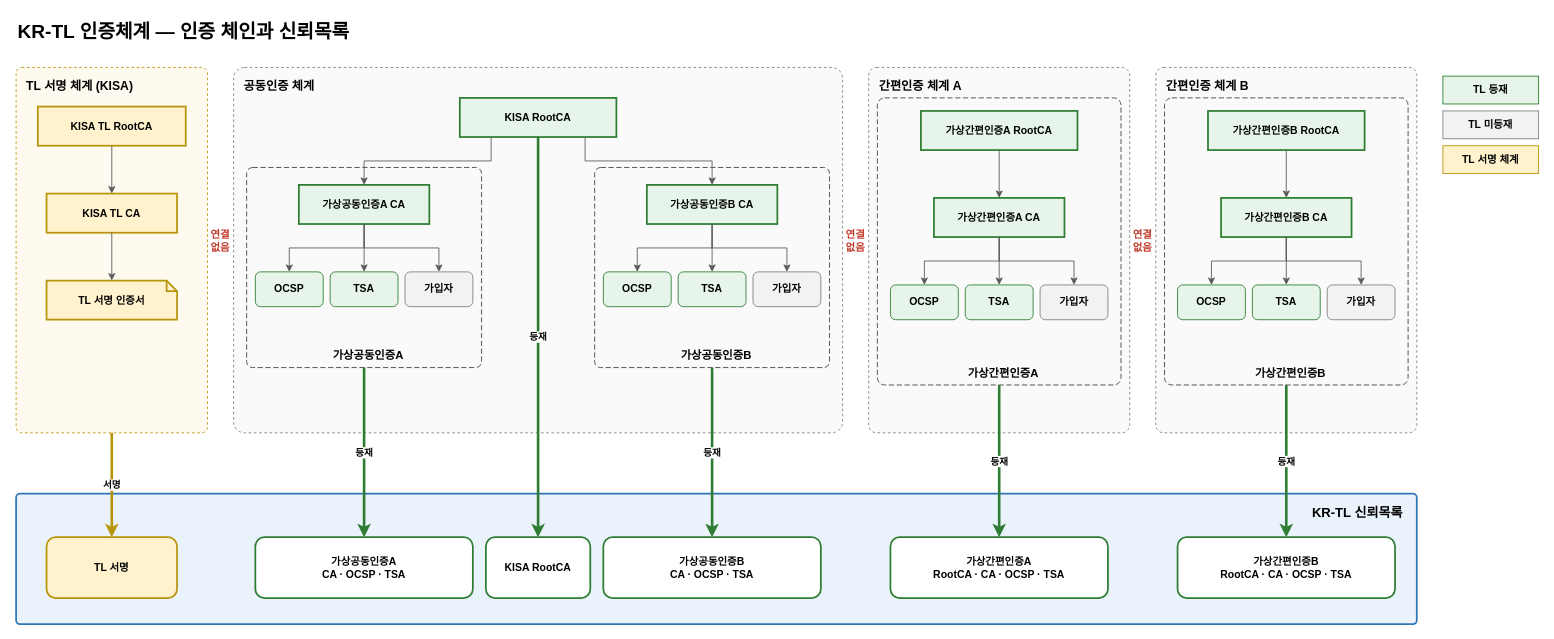
This is docs/design/KR-TL-관리시스템/diagrams/krtl-pki.drawio from yongsungkim-electcerti/kr-dss, a draw.io file, before an edit. Source tidied: cells renumbered, new cells numbered last; positions are measured from the earlier drawing's top-left corner, leaving out a move shared by most shapes. Both pictures are drawn from the tidied source at 87%, with x=0, y=0 at pixel (16, 15).
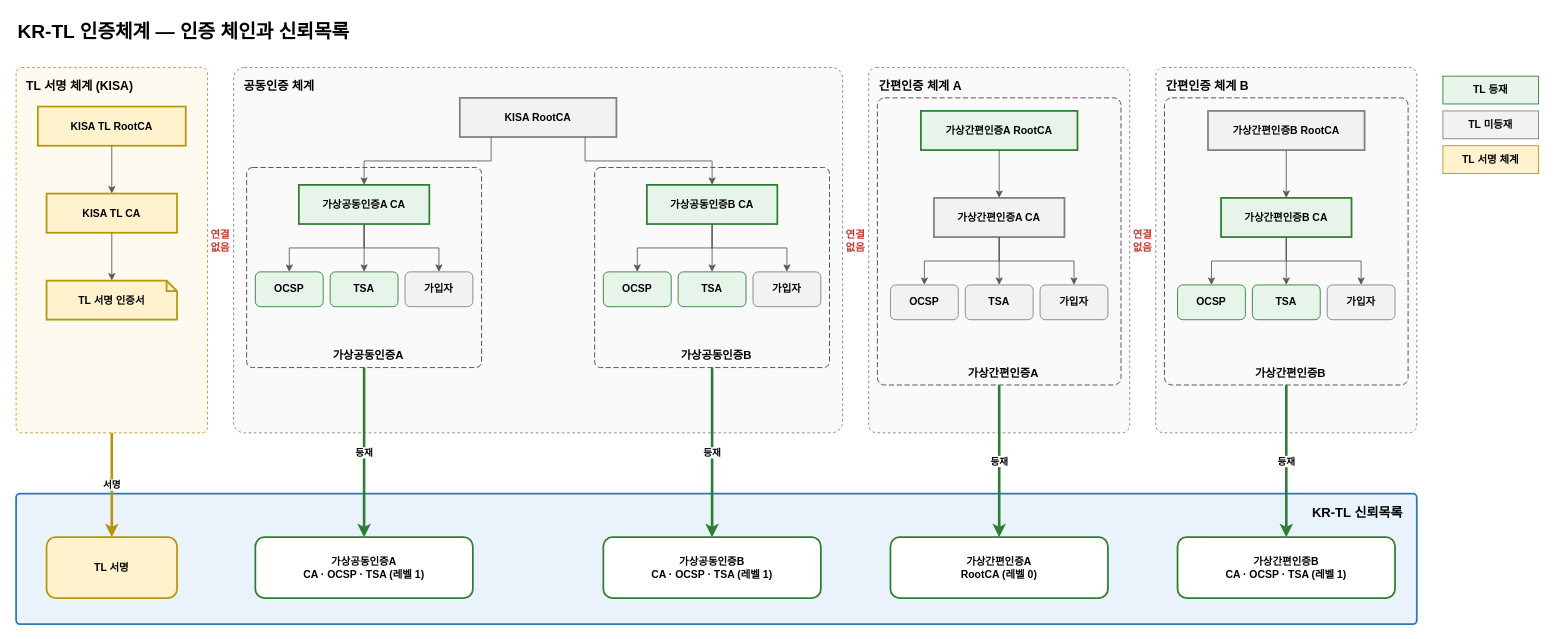
Above is the later version.

The edit, as a diff of the source:
```diff
@@
-    <mxCell id="10" value="KISA RootCA" style="rounded=0;whiteSpace=wrap;html=1;fillColor=#e6f4ea;strokeColor=#2e7d32;strokeWidth=2;fontStyle=1;fontSize=12;" parent="1" vertex="1">
+    <mxCell id="10" value="KISA RootCA" style="rounded=0;whiteSpace=wrap;html=1;fillColor=#f2f2f2;strokeColor=#7f7f7f;strokeWidth=2;fontStyle=1;fontSize=12;" parent="1" vertex="1">
       <mxGeometry x="510" y="95" width="180" height="45" as="geometry" />
     </mxCell>
@@
-    <mxCell id="32" value="가상간편인증A CA" style="rounded=0;whiteSpace=wrap;html=1;fillColor=#e6f4ea;strokeColor=#2e7d32;strokeWidth=2;fontStyle=1;fontSize=12;" parent="1" vertex="1">
+    <mxCell id="32" value="가상간편인증A CA" style="rounded=0;whiteSpace=wrap;html=1;fillColor=#f2f2f2;strokeColor=#7f7f7f;strokeWidth=2;fontStyle=1;fontSize=12;" parent="1" vertex="1">
       <mxGeometry x="1055" y="210" width="150" height="45" as="geometry" />
     </mxCell>
@@
-    <mxCell id="34" value="OCSP" style="rounded=1;whiteSpace=wrap;html=1;fillColor=#e6f4ea;strokeColor=#2e7d32;strokeWidth=1;fontStyle=1;fontSize=12;" parent="1" vertex="1">
+    <mxCell id="34" value="OCSP" style="rounded=1;whiteSpace=wrap;html=1;fillColor=#f2f2f2;strokeColor=#7f7f7f;strokeWidth=1;fontStyle=1;fontSize=12;" parent="1" vertex="1">
       <mxGeometry x="1005" y="310" width="78" height="40" as="geometry" />
     </mxCell>
@@
-    <mxCell id="36" value="TSA" style="rounded=1;whiteSpace=wrap;html=1;fillColor=#e6f4ea;strokeColor=#2e7d32;strokeWidth=1;fontStyle=1;fontSize=12;" parent="1" vertex="1">
+    <mxCell id="36" value="TSA" style="rounded=1;whiteSpace=wrap;html=1;fillColor=#f2f2f2;strokeColor=#7f7f7f;strokeWidth=1;fontStyle=1;fontSize=12;" parent="1" vertex="1">
       <mxGeometry x="1091" y="310" width="78" height="40" as="geometry" />
     </mxCell>
@@
-    <mxCell id="42" value="가상간편인증B RootCA" style="rounded=0;whiteSpace=wrap;html=1;fillColor=#e6f4ea;strokeColor=#2e7d32;strokeWidth=2;fontStyle=1;fontSize=12;" parent="1" vertex="1">
+    <mxCell id="42" value="가상간편인증B RootCA" style="rounded=0;whiteSpace=wrap;html=1;fillColor=#f2f2f2;strokeColor=#7f7f7f;strokeWidth=2;fontStyle=1;fontSize=12;" parent="1" vertex="1">
       <mxGeometry x="1370" y="110" width="180" height="45" as="geometry" />
     </mxCell>
@@
-    <mxCell id="56" value="KISA RootCA" style="rounded=1;whiteSpace=wrap;html=1;fillColor=#ffffff;strokeColor=#2e7d32;strokeWidth=2;fontStyle=1;fontSize=12;" parent="1" vertex="1">
-      <mxGeometry x="540" y="600" width="120" height="70" as="geometry" />
-    </mxCell>
-    <mxCell id="57" value="가상공동인증A&lt;br&gt;CA · OCSP · TSA" style="rounded=1;whiteSpace=wrap;html=1;fillColor=#ffffff;strokeColor=#2e7d32;strokeWidth=2;fontStyle=1;fontSize=12;" parent="1" vertex="1">
+    <mxCell id="57" value="가상공동인증A&lt;br&gt;CA · OCSP · TSA (레벨 1)" style="rounded=1;whiteSpace=wrap;html=1;fillColor=#ffffff;strokeColor=#2e7d32;strokeWidth=2;fontStyle=1;fontSize=12;" parent="1" vertex="1">
       <mxGeometry x="275" y="600" width="250" height="70" as="geometry" />
     </mxCell>
@@
-    <mxCell id="59" value="가상공동인증B&lt;br&gt;CA · OCSP · TSA" style="rounded=1;whiteSpace=wrap;html=1;fillColor=#ffffff;strokeColor=#2e7d32;strokeWidth=2;fontStyle=1;fontSize=12;" parent="1" vertex="1">
+    <mxCell id="59" value="가상공동인증B&lt;br&gt;CA · OCSP · TSA (레벨 1)" style="rounded=1;whiteSpace=wrap;html=1;fillColor=#ffffff;strokeColor=#2e7d32;strokeWidth=2;fontStyle=1;fontSize=12;" parent="1" vertex="1">
       <mxGeometry x="675" y="600" width="250" height="70" as="geometry" />
     </mxCell>
@@
-    <mxCell id="61" value="가상간편인증A&lt;br&gt;RootCA · CA · OCSP · TSA" style="rounded=1;whiteSpace=wrap;html=1;fillColor=#ffffff;strokeColor=#2e7d32;strokeWidth=2;fontStyle=1;fontSize=12;" parent="1" vertex="1">
+    <mxCell id="61" value="가상간편인증A&lt;br&gt;RootCA (레벨 0)" style="rounded=1;whiteSpace=wrap;html=1;fillColor=#ffffff;strokeColor=#2e7d32;strokeWidth=2;fontStyle=1;fontSize=12;" parent="1" vertex="1">
       <mxGeometry x="1005" y="600" width="250" height="70" as="geometry" />
     </mxCell>
@@
-    <mxCell id="63" value="가상간편인증B&lt;br&gt;RootCA · CA · OCSP · TSA" style="rounded=1;whiteSpace=wrap;html=1;fillColor=#ffffff;strokeColor=#2e7d32;strokeWidth=2;fontStyle=1;fontSize=12;" parent="1" vertex="1">
+    <mxCell id="63" value="가상간편인증B&lt;br&gt;CA · OCSP · TSA (레벨 1)" style="rounded=1;whiteSpace=wrap;html=1;fillColor=#ffffff;strokeColor=#2e7d32;strokeWidth=2;fontStyle=1;fontSize=12;" parent="1" vertex="1">
       <mxGeometry x="1335" y="600" width="250" height="70" as="geometry" />
     </mxCell>
@@
-    <mxCell id="65" value="등재" style="edgeStyle=orthogonalEdgeStyle;rounded=0;html=1;fontSize=11;fontStyle=1;labelBackgroundColor=#ffffff;strokeColor=#2e7d32;strokeWidth=3;exitX=0.5;exitY=1;entryX=0.5;entryY=0;" parent="1" edge="1" source="10" target="56">
-      <mxGeometry relative="1" as="geometry" />
-    </mxCell>
```
